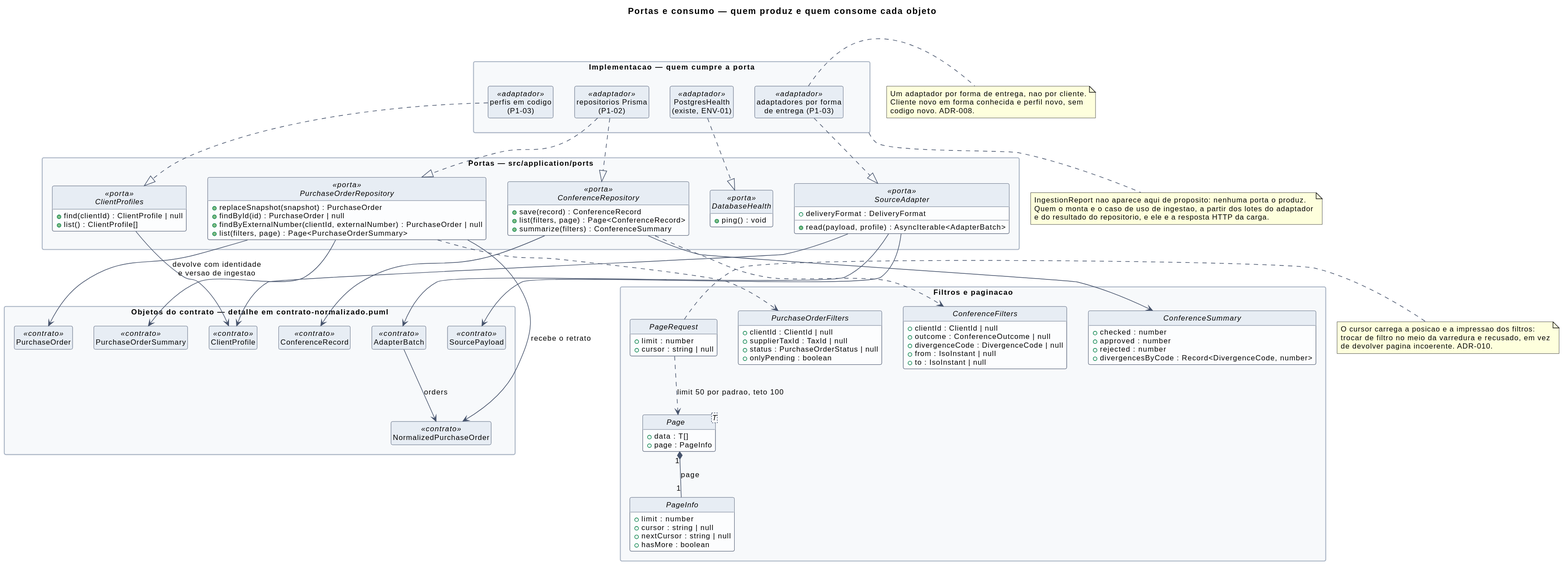
Before: docs/diagrams/portas-e-consumo.svg, a diagram exported from PlantUML (Dev-Luigy/v360-purchase-order-connector). The source it was exported from:
```plantuml
@startuml

title Portas e consumo — quem produz e quem consome cada objeto

skinparam backgroundColor #FFFFFF
skinparam shadowing false
skinparam defaultFontName Helvetica
skinparam defaultFontSize 12
skinparam packageStyle rectangle
skinparam ArrowColor #45526B
skinparam class {
  BackgroundColor #FCFDFE
  BorderColor #45526B
  HeaderBackgroundColor #E7EDF4
}
skinparam package {
  BackgroundColor #F7F9FB
  BorderColor #A9B4C4
}
hide circle
hide empty members

package "Portas — src/application/ports" as pkgPortas {

  interface ClientProfiles <<porta>> {
    +find(clientId) : ClientProfile | null
    +list() : ClientProfile[]
  }

  interface SourceAdapter <<porta>> {
    +deliveryFormat : DeliveryFormat
    +read(payload, profile) : AsyncIterable<AdapterBatch>
  }

  interface PurchaseOrderRepository <<porta>> {
    +replaceSnapshot(snapshot) : PurchaseOrder
    +findById(id) : PurchaseOrder | null
    +findByExternalNumber(clientId, externalNumber) : PurchaseOrder | null
    +list(filters, page) : Page<PurchaseOrderSummary>
  }

  interface ConferenceRepository <<porta>> {
    +save(record) : ConferenceRecord
    +list(filters, page) : Page<ConferenceRecord>
    +summarize(filters) : ConferenceSummary
  }

  interface DatabaseHealth <<porta>> {
    +ping() : void
  }
}

package "Filtros e paginacao" as pkgPagina {

  interface PurchaseOrderFilters {
    +clientId : ClientId | null
    +supplierTaxId : TaxId | null
    +status : PurchaseOrderStatus | null
    +onlyPending : boolean
  }

  interface ConferenceFilters {
    +clientId : ClientId | null
    +outcome : ConferenceOutcome | null
    +divergenceCode : DivergenceCode | null
    +from : IsoInstant | null
    +to : IsoInstant | null
  }

  interface ConferenceSummary {
    +checked : number
    +approved : number
    +rejected : number
    +divergencesByCode : Record<DivergenceCode, number>
  }

  interface PageRequest {
    +limit : number
    +cursor : string | null
  }

  interface "Page<T>" as Page {
    +data : T[]
    +page : PageInfo
  }

  interface PageInfo {
    +limit : number
    +cursor : string | null
    +nextCursor : string | null
    +hasMore : boolean
  }
}

package "Objetos do contrato — detalhe em contrato-normalizado.puml" as pkgContrato {
  class ClientProfile <<contrato>>
  class SourcePayload <<contrato>>
  class AdapterBatch <<contrato>>
  class NormalizedPurchaseOrder <<contrato>>
  class PurchaseOrder <<contrato>>
  class PurchaseOrderSummary <<contrato>>
  class ConferenceRecord <<contrato>>
}

package "Implementacao — quem cumpre a porta" as pkgImpl {
  class "perfis em codigo\n(P1-03)" as implPerfis <<adaptador>>
  class "adaptadores por forma\nde entrega (P1-03)" as implAdapters <<adaptador>>
  class "repositorios Prisma\n(P1-02)" as implRepos <<adaptador>>
  class "PostgresHealth\n(existe, ENV-01)" as implHealth <<adaptador>>
}

implPerfis ..|> ClientProfiles
implAdapters ..|> SourceAdapter
implRepos ..|> PurchaseOrderRepository
implRepos ..|> ConferenceRepository
implHealth ..|> DatabaseHealth

ClientProfiles --> ClientProfile
SourceAdapter --> SourcePayload
SourceAdapter --> ClientProfile
SourceAdapter --> AdapterBatch
AdapterBatch --> NormalizedPurchaseOrder : orders

PurchaseOrderRepository --> NormalizedPurchaseOrder : recebe o retrato
PurchaseOrderRepository --> PurchaseOrder : devolve com identidade\ne versao de ingestao
PurchaseOrderRepository --> PurchaseOrderSummary
PurchaseOrderRepository ..> PurchaseOrderFilters

ConferenceRepository --> ConferenceRecord
ConferenceRepository ..> ConferenceFilters
ConferenceRepository --> ConferenceSummary

Page "1" *-- "1" PageInfo : page
PageRequest ..> Page : limit 50 por padrao, teto 100

note bottom of pkgImpl
  IngestionReport nao aparece aqui de proposito: nenhuma porta o produz.
  Quem o monta e o caso de uso de ingestao, a partir dos lotes do adaptador
  e do resultado do repositorio, e ele e a resposta HTTP da carga.
end note

note right of PageRequest
  O cursor carrega a posicao e a impressao dos filtros:
  trocar de filtro no meio da varredura e recusado, em vez
  de devolver pagina incoerente. ADR-010.
end note

note right of implAdapters
  Um adaptador por forma de entrega, nao por cliente.
  Cliente novo em forma conhecida e perfil novo, sem
  codigo novo. ADR-008.
end note
@enduml
```
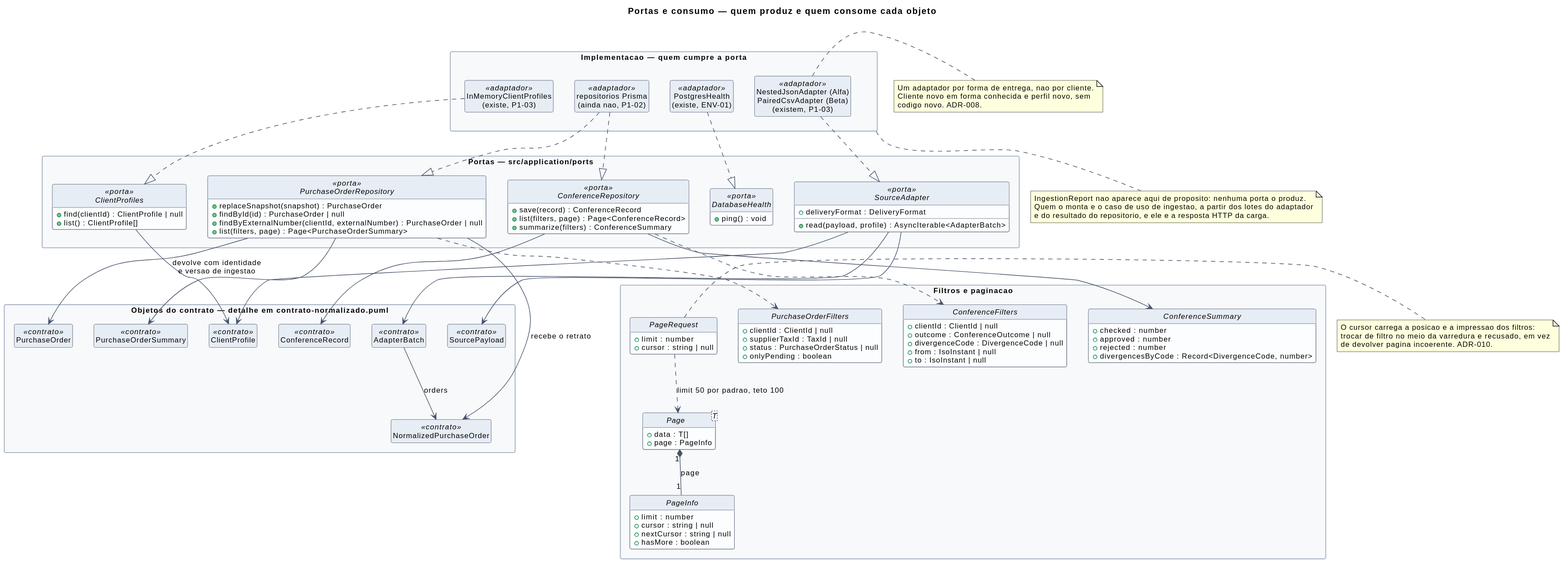
The same file after the commit.

Diff of the diagram source:
```diff
@@ -103,9 +103,9 @@
 }
 
 package "Implementacao — quem cumpre a porta" as pkgImpl {
-  class "perfis em codigo\n(P1-03)" as implPerfis <<adaptador>>
-  class "adaptadores por forma\nde entrega (P1-03)" as implAdapters <<adaptador>>
-  class "repositorios Prisma\n(P1-02)" as implRepos <<adaptador>>
+  class "InMemoryClientProfiles\n(existe, P1-03)" as implPerfis <<adaptador>>
+  class "NestedJsonAdapter (Alfa)\nPairedCsvAdapter (Beta)\n(existem, P1-03)" as implAdapters <<adaptador>>
+  class "repositorios Prisma\n(ainda nao, P1-02)" as implRepos <<adaptador>>
   class "PostgresHealth\n(existe, ENV-01)" as implHealth <<adaptador>>
 }
 
```
